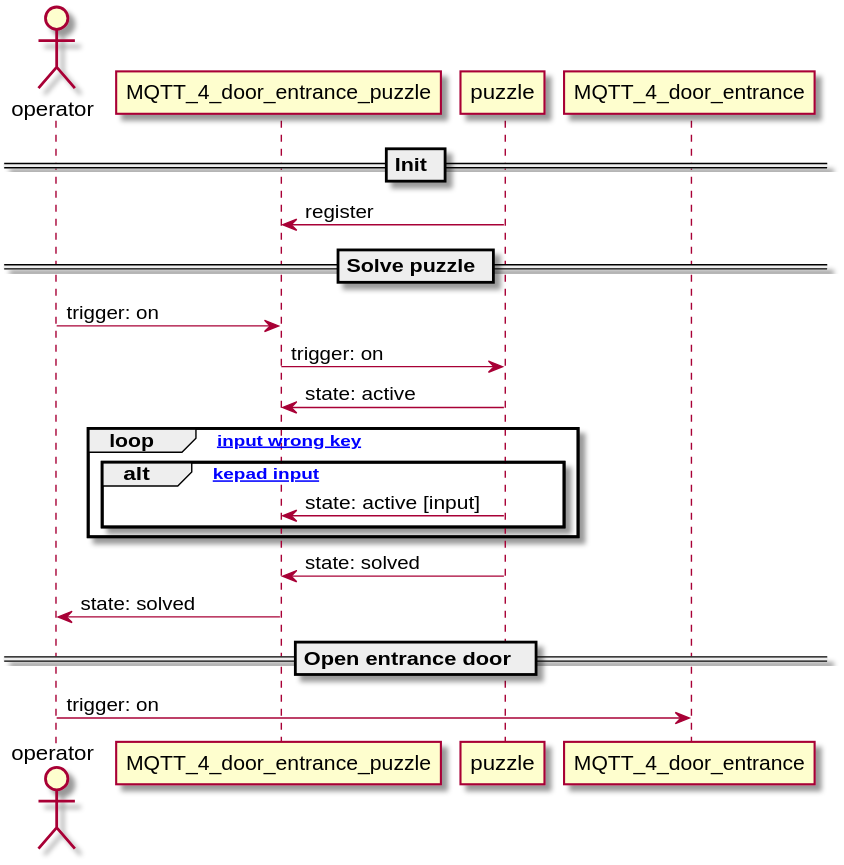
The PlantUML diagram doc/design/group_4_puzzle_entrance_door.svg in ubilab-ws21/operator, before a commit. The source it was exported from:
```plantuml
@startuml group_4_puzzle_entrance_door
actor operator
participant MQTT_4_door_entrance_puzzle
participant puzzle
participant MQTT_4_door_entrance

== Init ==
puzzle -> MQTT_4_door_entrance_puzzle: register

== Solve puzzle ==
operator -> MQTT_4_door_entrance_puzzle: trigger: on
MQTT_4_door_entrance_puzzle -> puzzle: trigger: on
puzzle -> MQTT_4_door_entrance_puzzle: state: active

loop [while input wrong key]
    alt [on kepad input]
        puzzle -> MQTT_4_door_entrance_puzzle: state: active [input]
    end
end

puzzle -> MQTT_4_door_entrance_puzzle: state: solved
MQTT_4_door_entrance_puzzle -> operator: state: solved

== Open entrance door  ==
operator -> MQTT_4_door_entrance: trigger: on
@enduml
```
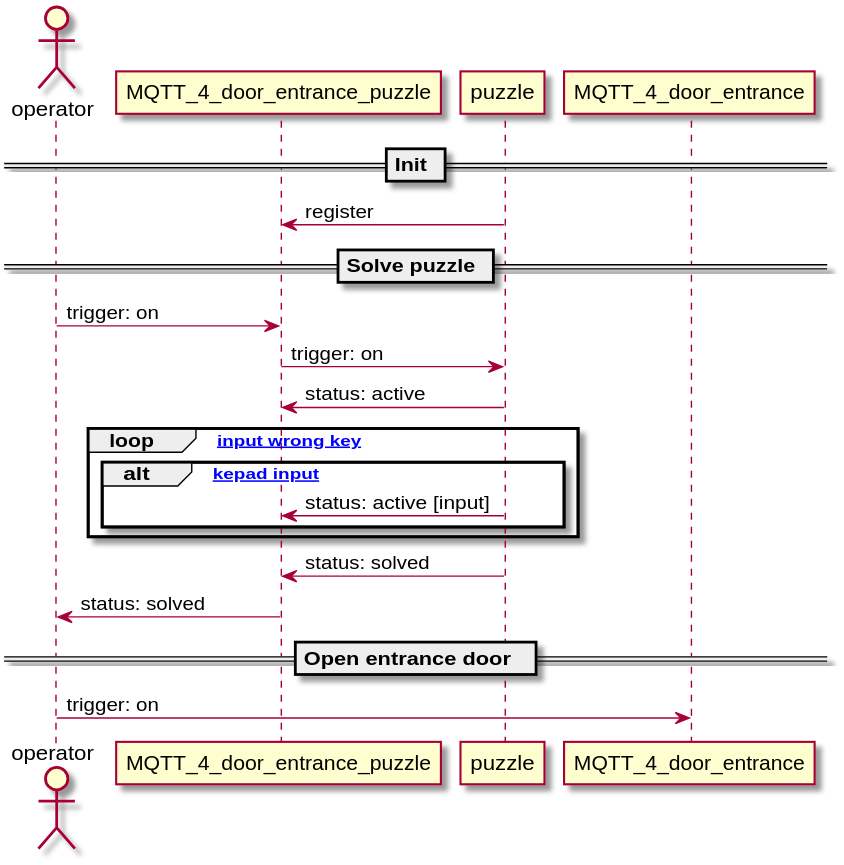
After the change.

Diff of the diagram source:
```diff
@@ -10,16 +10,16 @@
 == Solve puzzle ==
 operator -> MQTT_4_door_entrance_puzzle: trigger: on
 MQTT_4_door_entrance_puzzle -> puzzle: trigger: on
-puzzle -> MQTT_4_door_entrance_puzzle: state: active
+puzzle -> MQTT_4_door_entrance_puzzle: status: active
 
 loop [while input wrong key]
     alt [on kepad input]
-        puzzle -> MQTT_4_door_entrance_puzzle: state: active [input]
+        puzzle -> MQTT_4_door_entrance_puzzle: status: active [input]
     end
 end
 
-puzzle -> MQTT_4_door_entrance_puzzle: state: solved
-MQTT_4_door_entrance_puzzle -> operator: state: solved
+puzzle -> MQTT_4_door_entrance_puzzle: status: solved
+MQTT_4_door_entrance_puzzle -> operator: status: solved
 
 == Open entrance door  ==
 operator -> MQTT_4_door_entrance: trigger: on
```
